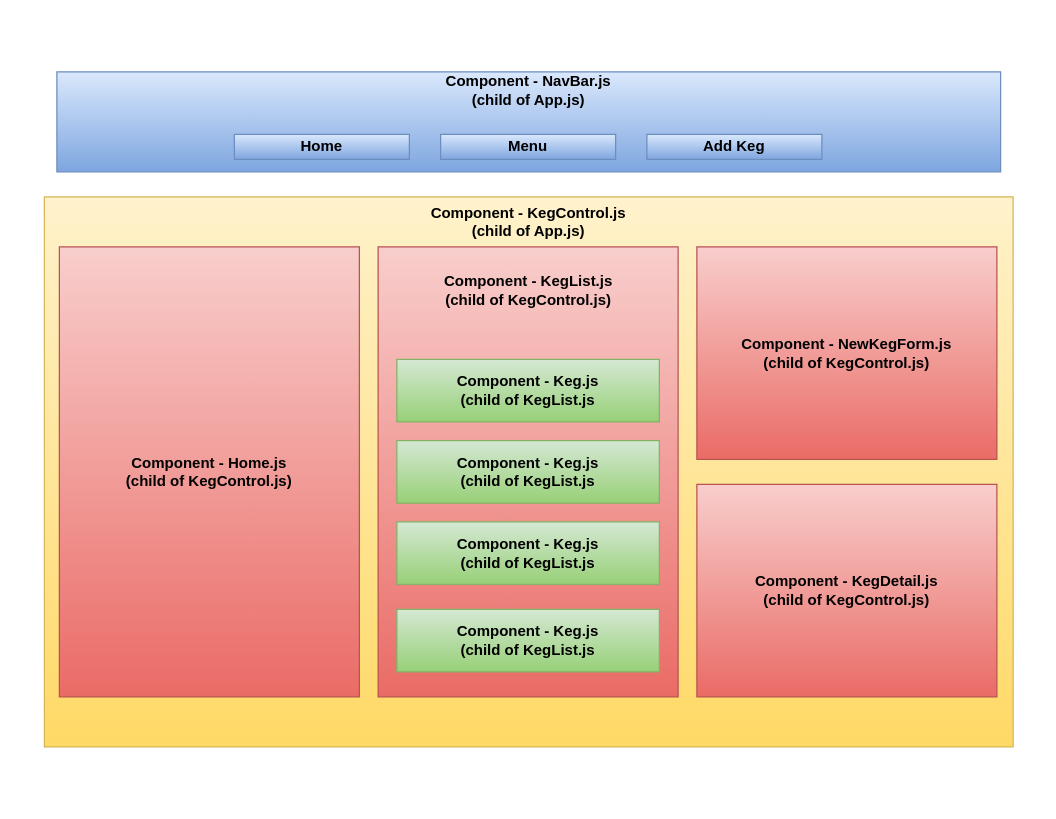
Earlier version of the draw.io diagram traditions_diagram.drawio (JeffTerrell/Traditions-Brew-Tap-House). Source tidied: cells renumbered, new cells numbered last; positions are measured from the earlier drawing's top-left corner, leaving out a move shared by most shapes. Both pictures are drawn from the tidied source at 125%, with x=0, y=0 at pixel (44, 71).
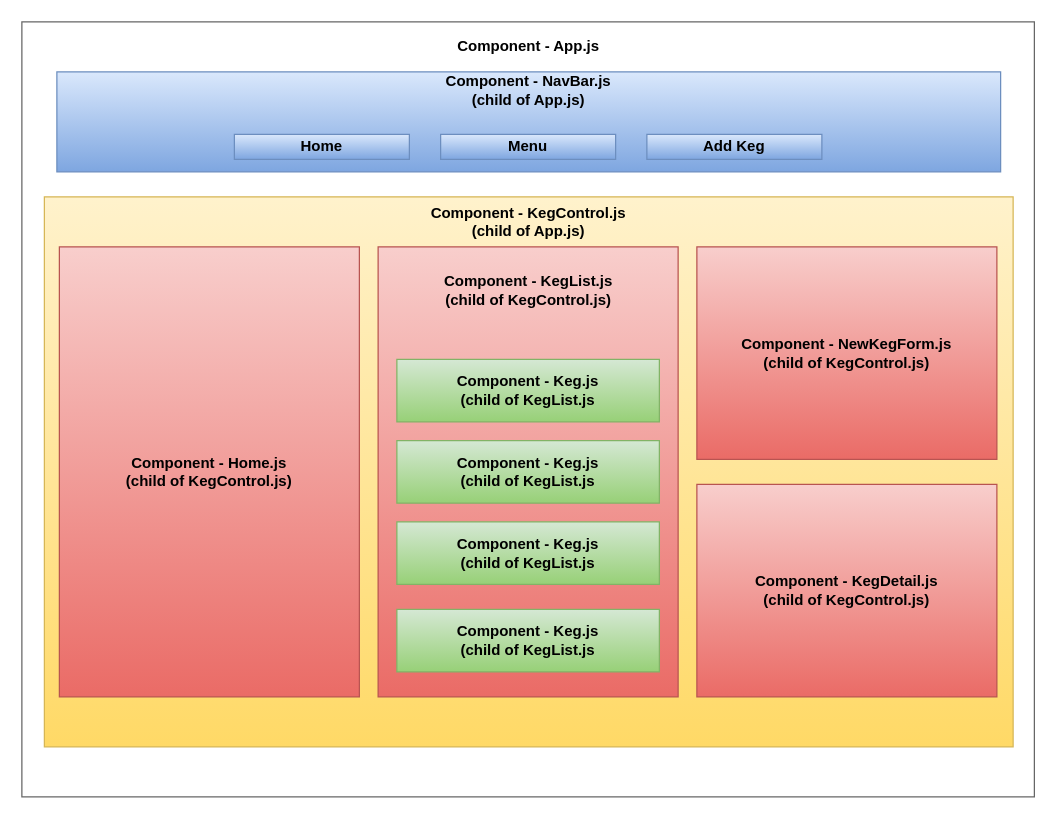
After the change.

Commit message:
update component diagram

What changed in the source:
```diff
@@
 <mxGraphModel>
   <root>
     <mxCell id="0" />
     <mxCell id="1" parent="0" />
+    <mxCell id="18" style="rounded=0;whiteSpace=wrap;html=1;fillColor=#FFFFFF;strokeColor=#666666;fontColor=#333333;" parent="1" vertex="1">
+      <mxGeometry x="-18" y="-40" width="810" height="620" as="geometry" />
+    </mxCell>
     <mxCell id="2" style="rounded=0;whiteSpace=wrap;html=1;fillColor=#dae8fc;gradientColor=#7ea6e0;strokeColor=#6c8ebf;" parent="1" vertex="1">
       <mxGeometry x="10" width="755" height="80" as="geometry" />
     </mxCell>
     <mxCell id="3" value="Home" style="rounded=0;whiteSpace=wrap;html=1;fillColor=#dae8fc;gradientColor=#7ea6e0;strokeColor=#6c8ebf;fontColor=#000000;fontStyle=1;" parent="1" vertex="1">
       <mxGeometry x="152" y="50" width="140" height="20" as="geometry" />
     </mxCell>
     <mxCell id="4" value="Menu" style="rounded=0;whiteSpace=wrap;html=1;fillColor=#dae8fc;gradientColor=#7ea6e0;strokeColor=#6c8ebf;fontColor=#000000;fontStyle=1;" parent="1" vertex="1">
       <mxGeometry x="317" y="50" width="140" height="20" as="geometry" />
     </mxCell>
     <mxCell id="5" value="Add Keg" style="rounded=0;whiteSpace=wrap;html=1;fillColor=#dae8fc;gradientColor=#7ea6e0;strokeColor=#6c8ebf;fontColor=#000000;fontStyle=1;" parent="1" vertex="1">
       <mxGeometry x="482" y="50" width="140" height="20" as="geometry" />
     </mxCell>
     <mxCell id="6" style="rounded=0;whiteSpace=wrap;html=1;fillColor=#fff2cc;gradientColor=#ffd966;strokeColor=#d6b656;" parent="1" vertex="1">
       <mxGeometry y="100" width="775" height="440" as="geometry" />
     </mxCell>
     <mxCell id="7" value="Component - Home.js&lt;br&gt;(child of KegControl.js)" style="rounded=0;whiteSpace=wrap;html=1;fontStyle=1;fillColor=#f8cecc;gradientColor=#ea6b66;strokeColor=#b85450;fontColor=#000000;" parent="1" vertex="1">
       <mxGeometry x="12" y="140" width="240" height="360" as="geometry" />
     </mxCell>
     <mxCell id="8" style="rounded=0;whiteSpace=wrap;html=1;fillColor=#f8cecc;gradientColor=#ea6b66;strokeColor=#b85450;" parent="1" vertex="1">
       <mxGeometry x="267" y="140" width="240" height="360" as="geometry" />
     </mxCell>
     <mxCell id="9" value="Component - KegDetail.js&lt;br&gt;(child of KegControl.js)" style="rounded=0;whiteSpace=wrap;html=1;fillColor=#f8cecc;gradientColor=#ea6b66;strokeColor=#b85450;fontStyle=1;fontColor=#000000;" parent="1" vertex="1">
       <mxGeometry x="522" y="330" width="240" height="170" as="geometry" />
     </mxCell>
     <mxCell id="10" value="Component - KegControl.js&lt;br&gt;(child of App.js)" style="text;html=1;align=center;verticalAlign=middle;fontStyle=1;fontColor=#000000;" parent="1" vertex="1">
       <mxGeometry x="302" y="105" width="170" height="30" as="geometry" />
     </mxCell>
     <mxCell id="11" value="&lt;font color=&quot;#000000&quot;&gt;Component - NavBar.js&lt;br&gt;(child of App.js)&lt;/font&gt;" style="text;html=1;align=center;verticalAlign=middle;strokeColor=none;fillColor=none;fontStyle=1;" parent="1" vertex="1">
       <mxGeometry x="312" width="150" height="30" as="geometry" />
     </mxCell>
     <mxCell id="12" value="Component - Keg.js&lt;br&gt;(child of KegList.js" style="rounded=0;whiteSpace=wrap;html=1;fillColor=#d5e8d4;gradientColor=#97d077;strokeColor=#82b366;fontColor=#000000;fontStyle=1;" parent="1" vertex="1">
       <mxGeometry x="282" y="230" width="210" height="50" as="geometry" />
     </mxCell>
     <mxCell id="13" value="&lt;span&gt;Component - KegList.js&lt;/span&gt;&lt;br&gt;&lt;span&gt;(child of KegControl.js)&lt;/span&gt;" style="text;html=1;align=center;verticalAlign=middle;fontStyle=1;fontColor=#000000;" parent="1" vertex="1">
       <mxGeometry x="312" y="160" width="150" height="30" as="geometry" />
     </mxCell>
     <mxCell id="14" value="Component - Keg.js&lt;br&gt;(child of KegList.js" style="rounded=0;whiteSpace=wrap;html=1;fillColor=#d5e8d4;gradientColor=#97d077;strokeColor=#82b366;fontColor=#000000;fontStyle=1;" parent="1" vertex="1">
       <mxGeometry x="282" y="295" width="210" height="50" as="geometry" />
     </mxCell>
     <mxCell id="15" value="Component - Keg.js&lt;br&gt;(child of KegList.js" style="rounded=0;whiteSpace=wrap;html=1;fillColor=#d5e8d4;gradientColor=#97d077;strokeColor=#82b366;fontStyle=1;fontColor=#000000;" parent="1" vertex="1">
       <mxGeometry x="282" y="360" width="210" height="50" as="geometry" />
     </mxCell>
     <mxCell id="16" value="Component - Keg.js&lt;br&gt;(child of KegList.js" style="rounded=0;whiteSpace=wrap;html=1;fillColor=#d5e8d4;gradientColor=#97d077;strokeColor=#82b366;fontStyle=1;fontColor=#000000;" parent="1" vertex="1">
       <mxGeometry x="282" y="430" width="210" height="50" as="geometry" />
     </mxCell>
     <mxCell id="17" value="Component - NewKegForm.js&lt;br&gt;(child of KegControl.js)" style="rounded=0;whiteSpace=wrap;html=1;fillColor=#f8cecc;gradientColor=#ea6b66;strokeColor=#b85450;fontColor=#000000;fontStyle=1;" parent="1" vertex="1">
       <mxGeometry x="522" y="140" width="240" height="170" as="geometry" />
     </mxCell>
+    <mxCell id="19" value="Component - App.js" style="text;html=1;align=center;verticalAlign=middle;strokeColor=none;fillColor=none;fontColor=#000000;fontStyle=1;" parent="1" vertex="1">
+      <mxGeometry x="322" y="-30" width="130" height="20" as="geometry" />
+    </mxCell>
   </root>
 </mxGraphModel>
```
